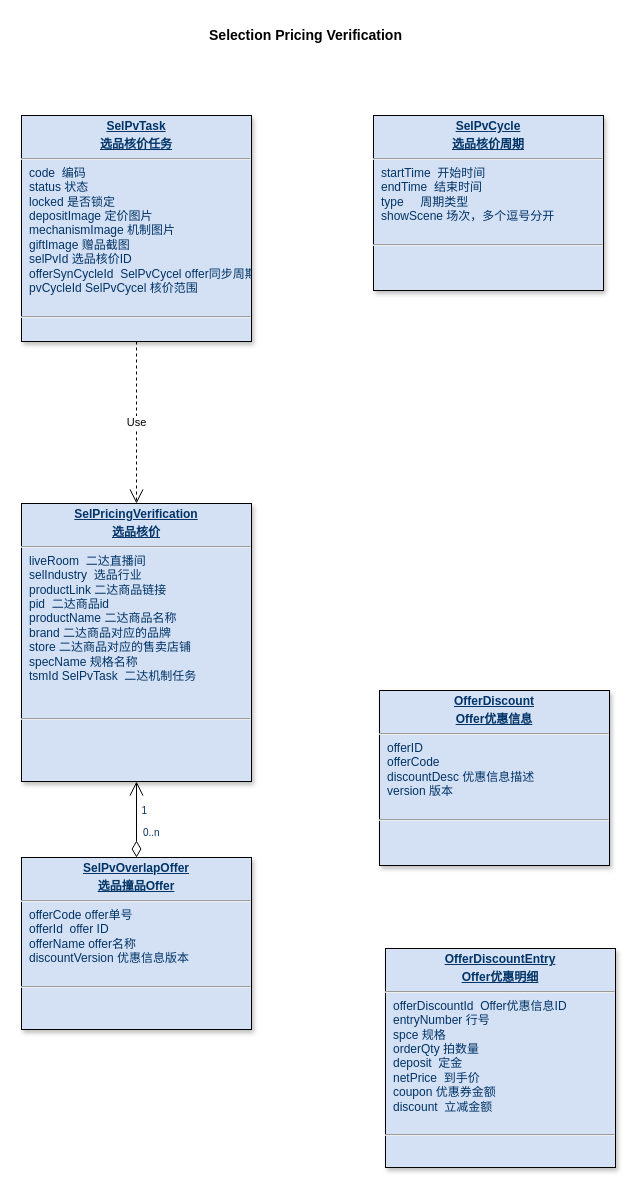
The draw.io diagram page "选品核价" (21 of 21) of 美one.drawio in rockywade/draw, before the edit. Source tidied: cells renumbered, new cells numbered last; positions are measured from the earlier drawing's top-left corner, leaving out a move shared by most shapes. Both pictures are drawn from the tidied source at 100%, with x=0, y=0 at pixel (21, 17).
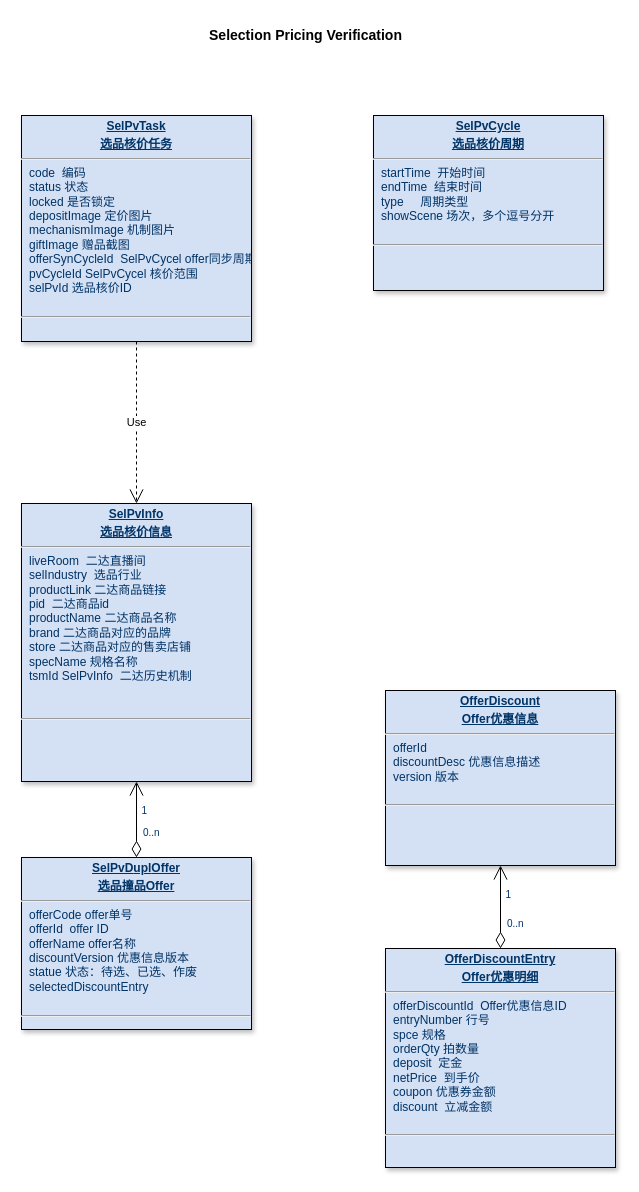
The same page after the edit.

What changed in the source:
```diff
@@
 <mxGraphModel>
   <root>
     <mxCell id="0" />
     <mxCell id="1" parent="0" />
-    <mxCell id="2" value="&lt;p style=&quot;margin: 4px 0px 0px; text-align: center;&quot;&gt;&lt;span style=&quot;background-color: transparent; text-align: left;&quot;&gt;&lt;b&gt;&lt;u&gt;SelPv&lt;/u&gt;&lt;/b&gt;&lt;/span&gt;&lt;span style=&quot;background-color: transparent; text-align: left;&quot;&gt;&lt;b&gt;&lt;u&gt;Task&lt;/u&gt;&lt;/b&gt;&lt;/span&gt;&lt;/p&gt;&lt;p style=&quot;margin: 4px 0px 0px; text-align: center;&quot;&gt;&lt;span style=&quot;background-color: transparent; text-align: left;&quot;&gt;&lt;b&gt;&lt;u&gt;选品核价任务&lt;/u&gt;&lt;/b&gt;&lt;/span&gt;&lt;/p&gt;&lt;hr&gt;&lt;p style=&quot;margin: 0px; margin-left: 8px;&quot;&gt;code&amp;nbsp; 编码&lt;/p&gt;&lt;p style=&quot;margin: 0px; margin-left: 8px;&quot;&gt;status 状态&lt;/p&gt;&lt;p style=&quot;margin: 0px; margin-left: 8px;&quot;&gt;locked 是否锁定&lt;br&gt;&lt;/p&gt;&lt;p style=&quot;margin: 0px 0px 0px 8px;&quot;&gt;&lt;span style=&quot;background-color: transparent; color: light-dark(rgb(0, 51, 102), rgb(161, 205, 249));&quot;&gt;depositImage 定价图片&lt;/span&gt;&lt;/p&gt;&lt;p style=&quot;margin: 0px 0px 0px 8px;&quot;&gt;mechanismImage 机制图片&lt;/p&gt;&lt;p style=&quot;margin: 0px 0px 0px 8px;&quot;&gt;giftImage&amp;nbsp;赠品截图&lt;/p&gt;&lt;p style=&quot;margin: 0px; margin-left: 8px;&quot;&gt;selPvId 选品核价ID&lt;br&gt;offerSynCycleId&amp;nbsp; SelPvCycel offer同步周期&lt;/p&gt;&lt;p style=&quot;margin: 0px; margin-left: 8px;&quot;&gt;&lt;span style=&quot;background-color: transparent;&quot;&gt;pvCycleId&amp;nbsp;&lt;/span&gt;&lt;span style=&quot;background-color: transparent;&quot;&gt;SelPvCycel&amp;nbsp;&lt;/span&gt;&lt;span style=&quot;background-color: transparent; color: light-dark(rgb(0, 51, 102), rgb(161, 205, 249));&quot;&gt;核价范围&lt;/span&gt;&lt;/p&gt;&lt;p style=&quot;margin: 0px; margin-left: 8px;&quot;&gt;&lt;span style=&quot;background-color: transparent;&quot;&gt;&lt;br&gt;&lt;/span&gt;&lt;/p&gt;&lt;hr&gt;&lt;p style=&quot;margin: 0px; margin-left: 8px;&quot;&gt;&lt;br&gt;&lt;/p&gt;&lt;p style=&quot;margin: 0px; margin-left: 8px;&quot;&gt;&lt;br&gt;&lt;/p&gt;" style="verticalAlign=top;align=left;overflow=fill;fontSize=12;fontFamily=Helvetica;html=1;strokeColor=default;shadow=1;fillColor=#D4E1F5;fontColor=#003366;rounded=0;glass=0;imageAspect=1;labelBackgroundColor=none;textShadow=0;direction=east;" parent="1" vertex="1">
+    <mxCell id="2" value="&lt;p style=&quot;margin: 4px 0px 0px; text-align: center;&quot;&gt;&lt;span style=&quot;background-color: transparent; text-align: left;&quot;&gt;&lt;b&gt;&lt;u&gt;SelPv&lt;/u&gt;&lt;/b&gt;&lt;/span&gt;&lt;span style=&quot;background-color: transparent; text-align: left;&quot;&gt;&lt;b&gt;&lt;u&gt;Task&lt;/u&gt;&lt;/b&gt;&lt;/span&gt;&lt;/p&gt;&lt;p style=&quot;margin: 4px 0px 0px; text-align: center;&quot;&gt;&lt;span style=&quot;background-color: transparent; text-align: left;&quot;&gt;&lt;b&gt;&lt;u&gt;选品核价任务&lt;/u&gt;&lt;/b&gt;&lt;/span&gt;&lt;/p&gt;&lt;hr&gt;&lt;p style=&quot;margin: 0px; margin-left: 8px;&quot;&gt;code&amp;nbsp; 编码&lt;/p&gt;&lt;p style=&quot;margin: 0px; margin-left: 8px;&quot;&gt;status 状态&lt;/p&gt;&lt;p style=&quot;margin: 0px; margin-left: 8px;&quot;&gt;locked 是否锁定&lt;br&gt;&lt;/p&gt;&lt;p style=&quot;margin: 0px 0px 0px 8px;&quot;&gt;&lt;span style=&quot;background-color: transparent; color: light-dark(rgb(0, 51, 102), rgb(161, 205, 249));&quot;&gt;depositImage 定价图片&lt;/span&gt;&lt;/p&gt;&lt;p style=&quot;margin: 0px 0px 0px 8px;&quot;&gt;mechanismImage 机制图片&lt;/p&gt;&lt;p style=&quot;margin: 0px 0px 0px 8px;&quot;&gt;giftImage&amp;nbsp;赠品截图&lt;/p&gt;&lt;p style=&quot;margin: 0px; margin-left: 8px;&quot;&gt;offerSynCycleId&amp;nbsp; SelPvCycel offer同步周期&lt;/p&gt;&lt;p style=&quot;margin: 0px; margin-left: 8px;&quot;&gt;&lt;span style=&quot;background-color: transparent;&quot;&gt;pvCycleId&amp;nbsp;&lt;/span&gt;&lt;span style=&quot;background-color: transparent;&quot;&gt;SelPvCycel&amp;nbsp;&lt;/span&gt;&lt;span style=&quot;background-color: transparent; color: light-dark(rgb(0, 51, 102), rgb(161, 205, 249));&quot;&gt;核价范围&lt;/span&gt;&lt;/p&gt;&lt;p style=&quot;margin: 0px; margin-left: 8px;&quot;&gt;selPvId 选品核价ID&lt;span style=&quot;background-color: transparent; color: light-dark(rgb(0, 51, 102), rgb(161, 205, 249));&quot;&gt;&lt;/span&gt;&lt;/p&gt;&lt;p style=&quot;margin: 0px; margin-left: 8px;&quot;&gt;&lt;span style=&quot;background-color: transparent;&quot;&gt;&lt;br&gt;&lt;/span&gt;&lt;/p&gt;&lt;hr&gt;&lt;p style=&quot;margin: 0px; margin-left: 8px;&quot;&gt;&lt;br&gt;&lt;/p&gt;&lt;p style=&quot;margin: 0px; margin-left: 8px;&quot;&gt;&lt;br&gt;&lt;/p&gt;" style="verticalAlign=top;align=left;overflow=fill;fontSize=12;fontFamily=Helvetica;html=1;strokeColor=default;shadow=1;fillColor=#D4E1F5;fontColor=#003366;rounded=0;glass=0;imageAspect=1;labelBackgroundColor=none;textShadow=0;direction=east;" parent="1" vertex="1">
       <mxGeometry y="98" width="230" height="226" as="geometry" />
     </mxCell>
     <mxCell id="3" value="&lt;b&gt;&lt;font style=&quot;font-size: 14px;&quot;&gt;Selection Pricing Verification&lt;/font&gt;&lt;/b&gt;" style="text;html=1;align=center;verticalAlign=middle;whiteSpace=wrap;rounded=0;" parent="1" vertex="1">
       <mxGeometry x="154" width="261" height="35" as="geometry" />
     </mxCell>
     <mxCell id="4" value="&lt;p style=&quot;margin: 4px 0px 0px; text-align: center;&quot;&gt;&lt;span style=&quot;background-color: transparent; text-align: left;&quot;&gt;&lt;b&gt;&lt;u&gt;SelPv&lt;/u&gt;&lt;/b&gt;&lt;/span&gt;&lt;span style=&quot;background-color: transparent; text-align: left;&quot;&gt;&lt;b&gt;&lt;u&gt;Cycle&lt;/u&gt;&lt;/b&gt;&lt;/span&gt;&lt;/p&gt;&lt;p style=&quot;margin: 4px 0px 0px; text-align: center;&quot;&gt;&lt;span style=&quot;background-color: transparent; text-align: left;&quot;&gt;&lt;b&gt;&lt;u&gt;选品核价周期&lt;/u&gt;&lt;/b&gt;&lt;/span&gt;&lt;/p&gt;&lt;hr&gt;&lt;p style=&quot;margin: 0px; margin-left: 8px;&quot;&gt;startTime&amp;nbsp; 开始时间&lt;/p&gt;&lt;p style=&quot;margin: 0px; margin-left: 8px;&quot;&gt;endTime&amp;nbsp; 结束时间&lt;/p&gt;&lt;p style=&quot;margin: 0px; margin-left: 8px;&quot;&gt;type&amp;nbsp; &amp;nbsp; &amp;nbsp;周期类型&lt;/p&gt;&lt;p style=&quot;margin: 0px; margin-left: 8px;&quot;&gt;showScene 场次，多个逗号分开&lt;/p&gt;&lt;p style=&quot;margin: 0px; margin-left: 8px;&quot;&gt;&lt;br&gt;&lt;/p&gt;&lt;hr&gt;&lt;p style=&quot;margin: 0px; margin-left: 8px;&quot;&gt;&lt;br&gt;&lt;/p&gt;&lt;p style=&quot;margin: 0px; margin-left: 8px;&quot;&gt;&lt;br&gt;&lt;/p&gt;" style="verticalAlign=top;align=left;overflow=fill;fontSize=12;fontFamily=Helvetica;html=1;strokeColor=default;shadow=1;fillColor=#D4E1F5;fontColor=#003366;rounded=0;glass=0;imageAspect=1;labelBackgroundColor=none;textShadow=0;direction=east;" parent="1" vertex="1">
       <mxGeometry x="352" y="98" width="230" height="175" as="geometry" />
     </mxCell>
-    <mxCell id="5" value="&lt;p style=&quot;margin: 4px 0px 0px; text-align: center;&quot;&gt;&lt;span style=&quot;background-color: transparent; text-align: left;&quot;&gt;&lt;b&gt;&lt;u&gt;SelPvO&lt;/u&gt;&lt;/b&gt;&lt;/span&gt;&lt;span style=&quot;background-color: transparent; text-align: left;&quot;&gt;&lt;b&gt;&lt;u&gt;verlapOffer&lt;/u&gt;&lt;/b&gt;&lt;/span&gt;&lt;/p&gt;&lt;p style=&quot;margin: 4px 0px 0px; text-align: center;&quot;&gt;&lt;span style=&quot;background-color: transparent; text-align: left;&quot;&gt;&lt;b&gt;&lt;u&gt;选品撞品Offer&lt;/u&gt;&lt;/b&gt;&lt;/span&gt;&lt;/p&gt;&lt;hr&gt;&lt;p style=&quot;margin: 0px; margin-left: 8px;&quot;&gt;offerCode offer单号&lt;/p&gt;&lt;p style=&quot;margin: 0px; margin-left: 8px;&quot;&gt;offerId&amp;nbsp; offer ID&lt;/p&gt;&lt;p style=&quot;margin: 0px; margin-left: 8px;&quot;&gt;offerName offer名称&lt;/p&gt;&lt;p style=&quot;margin: 0px; margin-left: 8px;&quot;&gt;discountVersion 优惠信息版本&lt;/p&gt;&lt;p style=&quot;margin: 0px; margin-left: 8px;&quot;&gt;&lt;span style=&quot;background-color: transparent;&quot;&gt;&lt;br&gt;&lt;/span&gt;&lt;/p&gt;&lt;hr&gt;&lt;p style=&quot;margin: 0px; margin-left: 8px;&quot;&gt;&lt;br&gt;&lt;/p&gt;&lt;p style=&quot;margin: 0px; margin-left: 8px;&quot;&gt;&lt;br&gt;&lt;/p&gt;" style="verticalAlign=top;align=left;overflow=fill;fontSize=12;fontFamily=Helvetica;html=1;strokeColor=default;shadow=1;fillColor=#D4E1F5;fontColor=#003366;rounded=0;glass=0;imageAspect=1;labelBackgroundColor=none;textShadow=0;direction=east;" parent="1" vertex="1">
+    <mxCell id="5" value="&lt;p style=&quot;margin: 4px 0px 0px; text-align: center;&quot;&gt;&lt;span style=&quot;background-color: transparent; text-align: left;&quot;&gt;&lt;b&gt;&lt;u&gt;SelPvD&lt;/u&gt;&lt;/b&gt;&lt;/span&gt;&lt;span style=&quot;background-color: transparent; text-align: left;&quot;&gt;&lt;b&gt;&lt;u&gt;upl&lt;/u&gt;&lt;/b&gt;&lt;/span&gt;&lt;b style=&quot;background-color: transparent; text-align: left; color: light-dark(rgb(0, 51, 102), rgb(161, 205, 249));&quot;&gt;&lt;u&gt;Offer&lt;/u&gt;&lt;/b&gt;&lt;/p&gt;&lt;p style=&quot;margin: 4px 0px 0px; text-align: center;&quot;&gt;&lt;span style=&quot;background-color: transparent; text-align: left;&quot;&gt;&lt;b&gt;&lt;u&gt;选品撞品Offer&lt;/u&gt;&lt;/b&gt;&lt;/span&gt;&lt;/p&gt;&lt;hr&gt;&lt;p style=&quot;margin: 0px; margin-left: 8px;&quot;&gt;offerCode offer单号&lt;/p&gt;&lt;p style=&quot;margin: 0px; margin-left: 8px;&quot;&gt;offerId&amp;nbsp; offer ID&lt;/p&gt;&lt;p style=&quot;margin: 0px; margin-left: 8px;&quot;&gt;offerName offer名称&lt;/p&gt;&lt;p style=&quot;margin: 0px; margin-left: 8px;&quot;&gt;discountVersion 优惠信息版本&lt;/p&gt;&lt;p style=&quot;margin: 0px; margin-left: 8px;&quot;&gt;statue 状态：待选、已选、作废&lt;/p&gt;&lt;p style=&quot;margin: 0px; margin-left: 8px;&quot;&gt;selectedDiscountEntry&lt;/p&gt;&lt;p style=&quot;margin: 0px; margin-left: 8px;&quot;&gt;&lt;span style=&quot;background-color: transparent;&quot;&gt;&lt;br&gt;&lt;/span&gt;&lt;/p&gt;&lt;hr&gt;&lt;p style=&quot;margin: 0px; margin-left: 8px;&quot;&gt;&lt;br&gt;&lt;/p&gt;&lt;p style=&quot;margin: 0px; margin-left: 8px;&quot;&gt;&lt;br&gt;&lt;/p&gt;" style="verticalAlign=top;align=left;overflow=fill;fontSize=12;fontFamily=Helvetica;html=1;strokeColor=default;shadow=1;fillColor=#D4E1F5;fontColor=#003366;rounded=0;glass=0;imageAspect=1;labelBackgroundColor=none;textShadow=0;direction=east;" parent="1" vertex="1">
       <mxGeometry y="840" width="230" height="172" as="geometry" />
     </mxCell>
     <mxCell id="6" style="endArrow=open;endSize=12;startArrow=diamondThin;startSize=14;startFill=0;edgeStyle=orthogonalEdgeStyle;exitX=0.5;exitY=0;exitDx=0;exitDy=0;entryX=0.5;entryY=1;entryDx=0;entryDy=0;" parent="1" edge="1" source="5" target="9">
       <mxGeometry x="-377.9" y="803.2" as="geometry" />
     </mxCell>
     <mxCell id="7" value="0..n" style="align=left;verticalAlign=top;labelBackgroundColor=#ffffff;fontSize=10;strokeColor=#003366;shadow=1;fillColor=#D4E1F5;fontColor=#003366;" parent="6" vertex="1">
       <mxGeometry x="-1" relative="1" as="geometry">
         <mxPoint x="5" y="-37" as="offset" />
       </mxGeometry>
     </mxCell>
     <mxCell id="8" value="1" style="align=right;verticalAlign=top;labelBackgroundColor=#ffffff;fontSize=10;strokeColor=#003366;shadow=1;fillColor=#D4E1F5;fontColor=#003366;" parent="6" vertex="1">
       <mxGeometry x="1" relative="1" as="geometry">
         <mxPoint x="12" y="17" as="offset" />
       </mxGeometry>
     </mxCell>
-    <mxCell id="9" value="&lt;p style=&quot;margin: 4px 0px 0px; text-align: center;&quot;&gt;&lt;span style=&quot;background-color: transparent; text-align: left;&quot;&gt;&lt;b&gt;&lt;u&gt;SelPricingVerification&lt;/u&gt;&lt;/b&gt;&lt;/span&gt;&lt;/p&gt;&lt;p style=&quot;margin: 4px 0px 0px; text-align: center;&quot;&gt;&lt;span style=&quot;background-color: transparent; text-align: left;&quot;&gt;&lt;b&gt;&lt;u&gt;选品核价&lt;/u&gt;&lt;/b&gt;&lt;/span&gt;&lt;/p&gt;&lt;hr&gt;&lt;p style=&quot;margin: 0px; margin-left: 8px;&quot;&gt;&lt;span style=&quot;background-color: transparent; color: light-dark(rgb(0, 51, 102), rgb(161, 205, 249));&quot;&gt;liveRoom&amp;nbsp; 二达直播间&lt;/span&gt;&lt;/p&gt;&lt;p style=&quot;margin: 0px; margin-left: 8px;&quot;&gt;selIndustry&amp;nbsp; 选品行业&lt;/p&gt;&lt;p style=&quot;margin: 0px; margin-left: 8px;&quot;&gt;productLink&amp;nbsp;二达商品链接&lt;/p&gt;&lt;p style=&quot;margin: 0px; margin-left: 8px;&quot;&gt;pid&amp;nbsp;&amp;nbsp;&lt;span style=&quot;background-color: transparent; color: light-dark(rgb(0, 51, 102), rgb(161, 205, 249));&quot;&gt;二达商品id&lt;/span&gt;&lt;/p&gt;&lt;p style=&quot;margin: 0px; margin-left: 8px;&quot;&gt;&lt;span style=&quot;background-color: transparent; color: light-dark(rgb(0, 51, 102), rgb(161, 205, 249));&quot;&gt;productName&amp;nbsp;&lt;/span&gt;&lt;span style=&quot;background-color: transparent; color: light-dark(rgb(0, 51, 102), rgb(161, 205, 249));&quot;&gt;二达商品名称&lt;/span&gt;&lt;/p&gt;&lt;p style=&quot;margin: 0px; margin-left: 8px;&quot;&gt;&lt;span style=&quot;background-color: transparent; color: light-dark(rgb(0, 51, 102), rgb(161, 205, 249));&quot;&gt;brand&amp;nbsp;&lt;/span&gt;&lt;span style=&quot;background-color: transparent; color: light-dark(rgb(0, 51, 102), rgb(161, 205, 249));&quot;&gt;二达商品对应的品牌&lt;/span&gt;&lt;/p&gt;&lt;p style=&quot;margin: 0px; margin-left: 8px;&quot;&gt;&lt;span style=&quot;background-color: transparent; color: light-dark(rgb(0, 51, 102), rgb(161, 205, 249));&quot;&gt;store&amp;nbsp;&lt;/span&gt;&lt;span style=&quot;background-color: transparent; color: light-dark(rgb(0, 51, 102), rgb(161, 205, 249));&quot;&gt;二达商品对应的售卖店铺&lt;/span&gt;&lt;/p&gt;&lt;p style=&quot;margin: 0px; margin-left: 8px;&quot;&gt;&lt;span style=&quot;background-color: transparent;&quot;&gt;specName 规格名称&lt;br&gt;tsmId&amp;nbsp;&lt;/span&gt;&lt;span style=&quot;background-color: transparent;&quot;&gt;SelPvTask&amp;nbsp; 二达机制任务&lt;/span&gt;&lt;/p&gt;&lt;p style=&quot;margin: 0px; margin-left: 8px;&quot;&gt;&lt;span style=&quot;background-color: transparent;&quot;&gt;&lt;br&gt;&lt;/span&gt;&lt;/p&gt;&lt;p style=&quot;margin: 0px; margin-left: 8px;&quot;&gt;&lt;span style=&quot;background-color: transparent;&quot;&gt;&lt;br&gt;&lt;/span&gt;&lt;/p&gt;&lt;hr&gt;&lt;p style=&quot;margin: 0px; margin-left: 8px;&quot;&gt;&lt;br&gt;&lt;/p&gt;&lt;p style=&quot;margin: 0px; margin-left: 8px;&quot;&gt;&lt;br&gt;&lt;/p&gt;" style="verticalAlign=top;align=left;overflow=fill;fontSize=12;fontFamily=Helvetica;html=1;strokeColor=default;shadow=1;fillColor=#D4E1F5;fontColor=#003366;rounded=0;glass=0;imageAspect=1;labelBackgroundColor=none;textShadow=0;direction=east;" parent="1" vertex="1">
+    <mxCell id="9" value="&lt;p style=&quot;margin: 4px 0px 0px; text-align: center;&quot;&gt;&lt;span style=&quot;background-color: transparent; text-align: left;&quot;&gt;&lt;b&gt;&lt;u&gt;SelPvInfo&lt;/u&gt;&lt;/b&gt;&lt;/span&gt;&lt;/p&gt;&lt;p style=&quot;margin: 4px 0px 0px; text-align: center;&quot;&gt;&lt;span style=&quot;background-color: transparent; text-align: left;&quot;&gt;&lt;b&gt;&lt;u&gt;选品核价信息&lt;/u&gt;&lt;/b&gt;&lt;/span&gt;&lt;/p&gt;&lt;hr&gt;&lt;p style=&quot;margin: 0px; margin-left: 8px;&quot;&gt;&lt;span style=&quot;background-color: transparent; color: light-dark(rgb(0, 51, 102), rgb(161, 205, 249));&quot;&gt;liveRoom&amp;nbsp; 二达直播间&lt;/span&gt;&lt;/p&gt;&lt;p style=&quot;margin: 0px; margin-left: 8px;&quot;&gt;selIndustry&amp;nbsp; 选品行业&lt;/p&gt;&lt;p style=&quot;margin: 0px; margin-left: 8px;&quot;&gt;productLink&amp;nbsp;二达商品链接&lt;/p&gt;&lt;p style=&quot;margin: 0px; margin-left: 8px;&quot;&gt;pid&amp;nbsp;&amp;nbsp;&lt;span style=&quot;background-color: transparent; color: light-dark(rgb(0, 51, 102), rgb(161, 205, 249));&quot;&gt;二达商品id&lt;/span&gt;&lt;/p&gt;&lt;p style=&quot;margin: 0px; margin-left: 8px;&quot;&gt;&lt;span style=&quot;background-color: transparent; color: light-dark(rgb(0, 51, 102), rgb(161, 205, 249));&quot;&gt;productName&amp;nbsp;&lt;/span&gt;&lt;span style=&quot;background-color: transparent; color: light-dark(rgb(0, 51, 102), rgb(161, 205, 249));&quot;&gt;二达商品名称&lt;/span&gt;&lt;/p&gt;&lt;p style=&quot;margin: 0px; margin-left: 8px;&quot;&gt;&lt;span style=&quot;background-color: transparent; color: light-dark(rgb(0, 51, 102), rgb(161, 205, 249));&quot;&gt;brand&amp;nbsp;&lt;/span&gt;&lt;span style=&quot;background-color: transparent; color: light-dark(rgb(0, 51, 102), rgb(161, 205, 249));&quot;&gt;二达商品对应的品牌&lt;/span&gt;&lt;/p&gt;&lt;p style=&quot;margin: 0px; margin-left: 8px;&quot;&gt;&lt;span style=&quot;background-color: transparent; color: light-dark(rgb(0, 51, 102), rgb(161, 205, 249));&quot;&gt;store&amp;nbsp;&lt;/span&gt;&lt;span style=&quot;background-color: transparent; color: light-dark(rgb(0, 51, 102), rgb(161, 205, 249));&quot;&gt;二达商品对应的售卖店铺&lt;/span&gt;&lt;/p&gt;&lt;p style=&quot;margin: 0px; margin-left: 8px;&quot;&gt;&lt;span style=&quot;background-color: transparent;&quot;&gt;specName 规格名称&lt;br&gt;tsmId&amp;nbsp;&lt;/span&gt;&lt;span style=&quot;background-color: transparent;&quot;&gt;SelPvInfo&amp;nbsp; 二达历史机制&lt;/span&gt;&lt;/p&gt;&lt;p style=&quot;margin: 0px; margin-left: 8px;&quot;&gt;&lt;span style=&quot;background-color: transparent;&quot;&gt;&lt;br&gt;&lt;/span&gt;&lt;/p&gt;&lt;p style=&quot;margin: 0px; margin-left: 8px;&quot;&gt;&lt;span style=&quot;background-color: transparent;&quot;&gt;&lt;br&gt;&lt;/span&gt;&lt;/p&gt;&lt;hr&gt;&lt;p style=&quot;margin: 0px; margin-left: 8px;&quot;&gt;&lt;br&gt;&lt;/p&gt;&lt;p style=&quot;margin: 0px; margin-left: 8px;&quot;&gt;&lt;br&gt;&lt;/p&gt;" style="verticalAlign=top;align=left;overflow=fill;fontSize=12;fontFamily=Helvetica;html=1;strokeColor=default;shadow=1;fillColor=#D4E1F5;fontColor=#003366;rounded=0;glass=0;imageAspect=1;labelBackgroundColor=none;textShadow=0;direction=east;" parent="1" vertex="1">
       <mxGeometry y="486" width="230" height="278" as="geometry" />
     </mxCell>
     <mxCell id="10" value="Use" style="endArrow=open;endSize=12;dashed=1;html=1;rounded=0;exitX=0.5;exitY=1;exitDx=0;exitDy=0;entryX=0.5;entryY=0;entryDx=0;entryDy=0;" parent="1" edge="1" source="2" target="9">
       <mxGeometry relative="1" as="geometry" />
     </mxCell>
-    <mxCell id="11" value="&lt;p style=&quot;margin: 4px 0px 0px; text-align: center;&quot;&gt;&lt;span style=&quot;background-color: transparent; text-align: left;&quot;&gt;&lt;b&gt;&lt;u&gt;OfferDiscount&lt;/u&gt;&lt;/b&gt;&lt;/span&gt;&lt;/p&gt;&lt;p style=&quot;margin: 4px 0px 0px; text-align: center;&quot;&gt;&lt;span style=&quot;background-color: transparent; text-align: left;&quot;&gt;&lt;b&gt;&lt;u&gt;Offer优惠信息&lt;/u&gt;&lt;/b&gt;&lt;/span&gt;&lt;/p&gt;&lt;hr&gt;&lt;p style=&quot;margin: 0px; margin-left: 8px;&quot;&gt;offerID&lt;/p&gt;&lt;p style=&quot;margin: 0px; margin-left: 8px;&quot;&gt;offerCode&lt;/p&gt;&lt;p style=&quot;margin: 0px; margin-left: 8px;&quot;&gt;discountDesc 优惠信息描述&lt;br&gt;version 版本&lt;/p&gt;&lt;p style=&quot;margin: 0px; margin-left: 8px;&quot;&gt;&lt;br&gt;&lt;/p&gt;&lt;hr&gt;&lt;p style=&quot;margin: 0px; margin-left: 8px;&quot;&gt;&lt;br&gt;&lt;/p&gt;&lt;p style=&quot;margin: 0px; margin-left: 8px;&quot;&gt;&lt;br&gt;&lt;/p&gt;" style="verticalAlign=top;align=left;overflow=fill;fontSize=12;fontFamily=Helvetica;html=1;strokeColor=default;shadow=1;fillColor=#D4E1F5;fontColor=#003366;rounded=0;glass=0;imageAspect=1;labelBackgroundColor=none;textShadow=0;direction=east;" parent="1" vertex="1">
-      <mxGeometry x="358" y="673" width="230" height="175" as="geometry" />
+    <mxCell id="11" value="&lt;p style=&quot;margin: 4px 0px 0px; text-align: center;&quot;&gt;&lt;span style=&quot;background-color: transparent; text-align: left;&quot;&gt;&lt;b&gt;&lt;u&gt;OfferDiscount&lt;/u&gt;&lt;/b&gt;&lt;/span&gt;&lt;/p&gt;&lt;p style=&quot;margin: 4px 0px 0px; text-align: center;&quot;&gt;&lt;span style=&quot;background-color: transparent; text-align: left;&quot;&gt;&lt;b&gt;&lt;u&gt;Offer优惠信息&lt;/u&gt;&lt;/b&gt;&lt;/span&gt;&lt;/p&gt;&lt;hr&gt;&lt;p style=&quot;margin: 0px; margin-left: 8px;&quot;&gt;offerId&lt;/p&gt;&lt;p style=&quot;margin: 0px; margin-left: 8px;&quot;&gt;discountDesc 优惠信息描述&lt;br&gt;version 版本&lt;/p&gt;&lt;p style=&quot;margin: 0px; margin-left: 8px;&quot;&gt;&lt;br&gt;&lt;/p&gt;&lt;hr&gt;&lt;p style=&quot;margin: 0px; margin-left: 8px;&quot;&gt;&lt;br&gt;&lt;/p&gt;&lt;p style=&quot;margin: 0px; margin-left: 8px;&quot;&gt;&lt;br&gt;&lt;/p&gt;" style="verticalAlign=top;align=left;overflow=fill;fontSize=12;fontFamily=Helvetica;html=1;strokeColor=default;shadow=1;fillColor=#D4E1F5;fontColor=#003366;rounded=0;glass=0;imageAspect=1;labelBackgroundColor=none;textShadow=0;direction=east;" parent="1" vertex="1">
+      <mxGeometry x="364" y="673" width="230" height="175" as="geometry" />
     </mxCell>
     <mxCell id="12" value="&lt;p style=&quot;margin: 4px 0px 0px; text-align: center;&quot;&gt;&lt;span style=&quot;background-color: transparent; text-align: left;&quot;&gt;&lt;b&gt;&lt;u&gt;OfferDiscountEntry&lt;/u&gt;&lt;/b&gt;&lt;/span&gt;&lt;/p&gt;&lt;p style=&quot;margin: 4px 0px 0px; text-align: center;&quot;&gt;&lt;span style=&quot;background-color: transparent; text-align: left;&quot;&gt;&lt;b&gt;&lt;u&gt;Offer优惠明细&lt;/u&gt;&lt;/b&gt;&lt;/span&gt;&lt;/p&gt;&lt;hr&gt;&lt;p style=&quot;margin: 0px; margin-left: 8px;&quot;&gt;offerDiscountId&amp;nbsp; Offer优惠信息ID&lt;/p&gt;&lt;p style=&quot;margin: 0px; margin-left: 8px;&quot;&gt;entryNumber 行号&lt;br&gt;&lt;/p&gt;&lt;p style=&quot;margin: 0px; margin-left: 8px;&quot;&gt;spce 规格&lt;/p&gt;&lt;p style=&quot;margin: 0px; margin-left: 8px;&quot;&gt;orderQty 拍数量&lt;/p&gt;&lt;p style=&quot;margin: 0px; margin-left: 8px;&quot;&gt;deposit&amp;nbsp; 定金&lt;/p&gt;&lt;p style=&quot;margin: 0px; margin-left: 8px;&quot;&gt;netPrice&amp;nbsp; 到手价&lt;/p&gt;&lt;p style=&quot;margin: 0px; margin-left: 8px;&quot;&gt;coupon 优惠券金额&lt;/p&gt;&lt;p style=&quot;margin: 0px; margin-left: 8px;&quot;&gt;discount&amp;nbsp; 立减金额&lt;/p&gt;&lt;p style=&quot;margin: 0px; margin-left: 8px;&quot;&gt;&lt;br&gt;&lt;/p&gt;&lt;hr&gt;&lt;p style=&quot;margin: 0px; margin-left: 8px;&quot;&gt;&lt;br&gt;&lt;/p&gt;&lt;p style=&quot;margin: 0px; margin-left: 8px;&quot;&gt;&lt;br&gt;&lt;/p&gt;" style="verticalAlign=top;align=left;overflow=fill;fontSize=12;fontFamily=Helvetica;html=1;strokeColor=default;shadow=1;fillColor=#D4E1F5;fontColor=#003366;rounded=0;glass=0;imageAspect=1;labelBackgroundColor=none;textShadow=0;direction=east;" parent="1" vertex="1">
       <mxGeometry x="364" y="931" width="230" height="219" as="geometry" />
     </mxCell>
+    <mxCell id="13" style="endArrow=open;endSize=12;startArrow=diamondThin;startSize=14;startFill=0;edgeStyle=orthogonalEdgeStyle;exitX=0.5;exitY=0;exitDx=0;exitDy=0;entryX=0.5;entryY=1;entryDx=0;entryDy=0;" parent="1" edge="1" source="12" target="11">
+      <mxGeometry x="-377.9" y="803.2" as="geometry" />
+    </mxCell>
+    <mxCell id="14" value="0..n" style="align=left;verticalAlign=top;labelBackgroundColor=#ffffff;fontSize=10;strokeColor=#003366;shadow=1;fillColor=#D4E1F5;fontColor=#003366;" parent="13" vertex="1">
+      <mxGeometry x="-1" relative="1" as="geometry">
+        <mxPoint x="5" y="-37" as="offset" />
+      </mxGeometry>
+    </mxCell>
+    <mxCell id="15" value="1" style="align=right;verticalAlign=top;labelBackgroundColor=#ffffff;fontSize=10;strokeColor=#003366;shadow=1;fillColor=#D4E1F5;fontColor=#003366;" parent="13" vertex="1">
+      <mxGeometry x="1" relative="1" as="geometry">
+        <mxPoint x="12" y="17" as="offset" />
+      </mxGeometry>
+    </mxCell>
   </root>
 </mxGraphModel>
```
